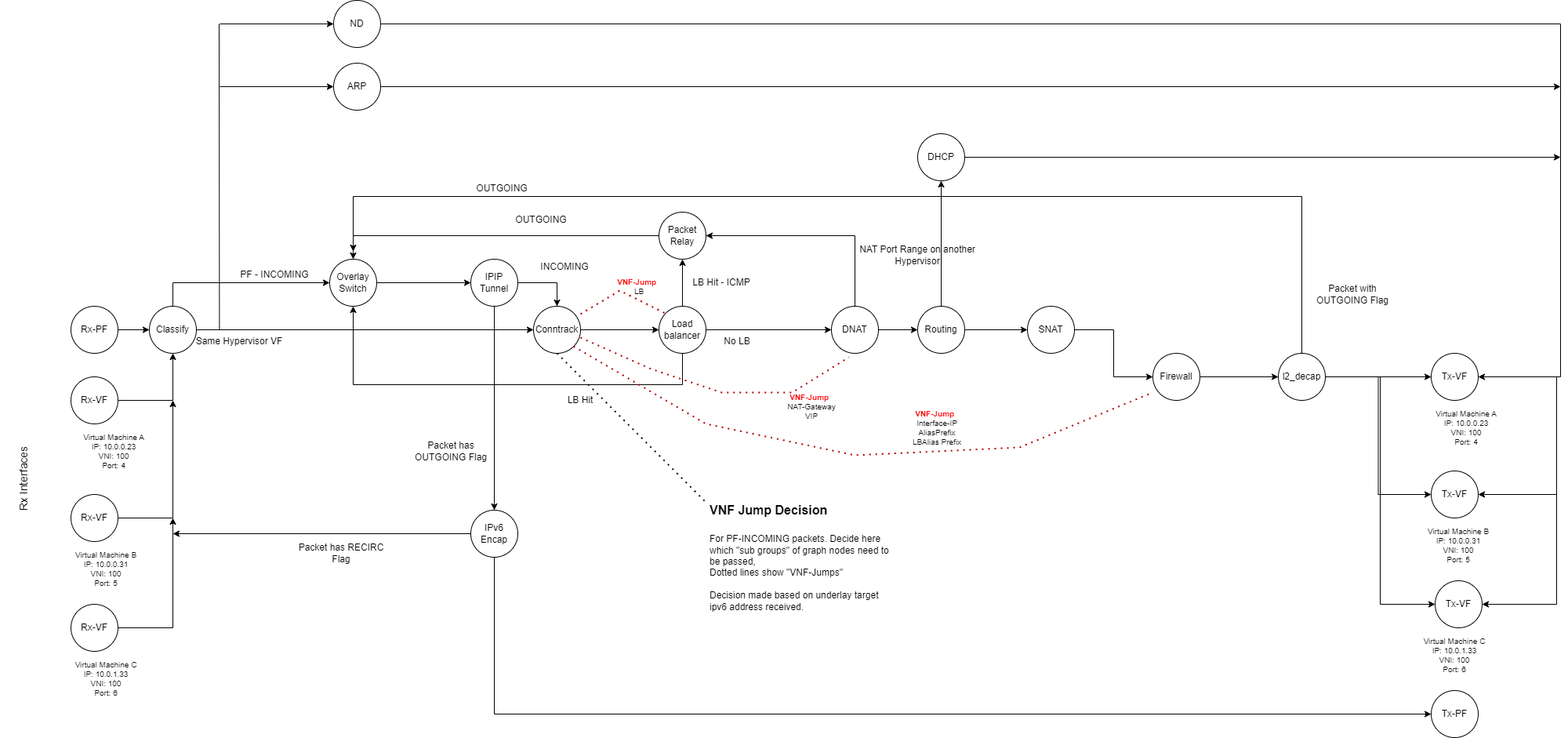
This is docs/development/dp_service_dataplane.drawio.png from ironcore-dev/dpservice, a draw.io export, as it was before one commit. Source tidied: cells renumbered, new cells last; positions are measured from the earlier drawing's top-left corner, leaving out a move shared by most shapes.
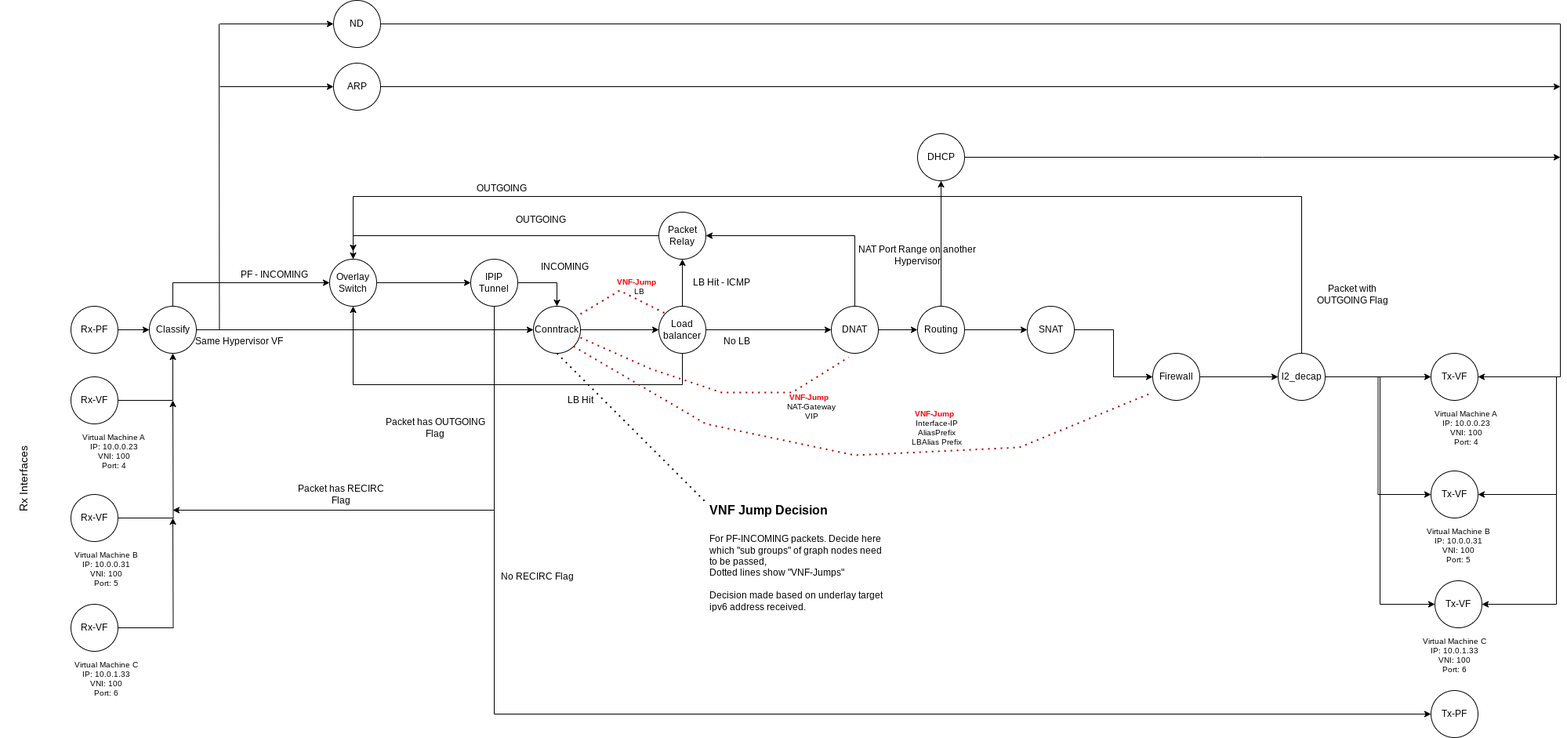
The same diagram one commit later.

Commit message:
Merged ipv6_encap into ipip_tunnel node

What changed in the source:
```diff
@@ -148,9 +148,6 @@
         <mxPoint x="830" y="880" as="targetPoint" />
       </mxGeometry>
     </mxCell>
-    <mxCell id="44" style="edgeStyle=orthogonalEdgeStyle;rounded=0;jettySize=auto;html=1;" parent="1" edge="1" source="45" target="63">
-      <mxGeometry relative="1" as="geometry" />
-    </mxCell>
     <mxCell id="45" value="IPIP Tunnel" style="ellipse;whiteSpace=wrap;html=1;" parent="1" vertex="1">
       <mxGeometry x="600" y="330" width="60" height="60" as="geometry" />
     </mxCell>
@@ -222,23 +219,25 @@
     <mxCell id="60" value="Packet Relay" style="ellipse;whiteSpace=wrap;html=1;" parent="1" vertex="1">
       <mxGeometry x="840" y="270" width="60" height="60" as="geometry" />
     </mxCell>
-    <mxCell id="61" style="edgeStyle=orthogonalEdgeStyle;rounded=0;jettySize=auto;html=1;entryX=0;entryY=0.5;entryDx=0;entryDy=0;" parent="1" edge="1" source="63" target="58">
+    <mxCell id="61" style="edgeStyle=orthogonalEdgeStyle;rounded=0;jettySize=auto;html=1;entryX=0;entryY=0.5;entryDx=0;entryDy=0;" parent="1" edge="1" target="58">
       <mxGeometry relative="1" as="geometry">
+        <mxPoint x="630" y="600" as="sourcePoint" />
         <Array as="points">
           <mxPoint x="630" y="910" />
         </Array>
       </mxGeometry>
     </mxCell>
-    <mxCell id="62" style="edgeStyle=orthogonalEdgeStyle;rounded=0;jettySize=auto;html=1;" parent="1" edge="1" source="63">
+    <mxCell id="62" style="edgeStyle=orthogonalEdgeStyle;rounded=0;jettySize=auto;html=1;exitX=0.5;exitY=1;exitDx=0;exitDy=0;" parent="1" edge="1" source="45">
       <mxGeometry relative="1" as="geometry">
-        <mxPoint x="220" y="680" as="targetPoint" />
+        <mxPoint x="220" y="650" as="targetPoint" />
+        <Array as="points">
+          <mxPoint x="630" y="650" />
+          <mxPoint x="220" y="650" />
+        </Array>
       </mxGeometry>
     </mxCell>
-    <mxCell id="63" value="IPv6 Encap" style="ellipse;whiteSpace=wrap;html=1;" parent="1" vertex="1">
-      <mxGeometry x="600" y="650" width="60" height="60" as="geometry" />
-    </mxCell>
     <mxCell id="64" value="Packet has OUTGOING Flag" style="text;html=1;strokeColor=none;fillColor=none;align=center;verticalAlign=middle;whiteSpace=wrap;rounded=0;" parent="1" vertex="1">
-      <mxGeometry x="510" y="560" width="130" height="30" as="geometry" />
+      <mxGeometry x="490" y="530" width="130" height="30" as="geometry" />
     </mxCell>
     <mxCell id="65" value="Tx-VF" style="ellipse;whiteSpace=wrap;html=1;" parent="1" vertex="1">
       <mxGeometry x="1830" y="740" width="60" height="60" as="geometry" />
@@ -337,10 +336,13 @@
       <mxGeometry x="780" y="340" width="70" height="50" as="geometry" />
     </mxCell>
     <mxCell id="87" value="Packet has RECIRC Flag" style="text;html=1;strokeColor=none;fillColor=none;align=center;verticalAlign=middle;whiteSpace=wrap;rounded=0;" parent="1" vertex="1">
-      <mxGeometry x="370" y="690" width="130" height="30" as="geometry" />
+      <mxGeometry x="370" y="615" width="130" height="30" as="geometry" />
     </mxCell>
     <mxCell id="88" style="endArrow=classic;html=1;rounded=0;entryX=0.5;entryY=1;entryDx=0;entryDy=0;exitX=0.5;exitY=0;exitDx=0;exitDy=0;" parent="1" edge="1" source="12" target="48">
       <mxGeometry relative="1" as="geometry" />
     </mxCell>
+    <mxCell id="89" value="No RECIRC Flag" style="text;html=1;strokeColor=none;fillColor=none;align=center;verticalAlign=middle;whiteSpace=wrap;rounded=0;" parent="1" vertex="1">
+      <mxGeometry x="620" y="720" width="130" height="30" as="geometry" />
+    </mxCell>
   </root>
 </mxGraphModel>
```
